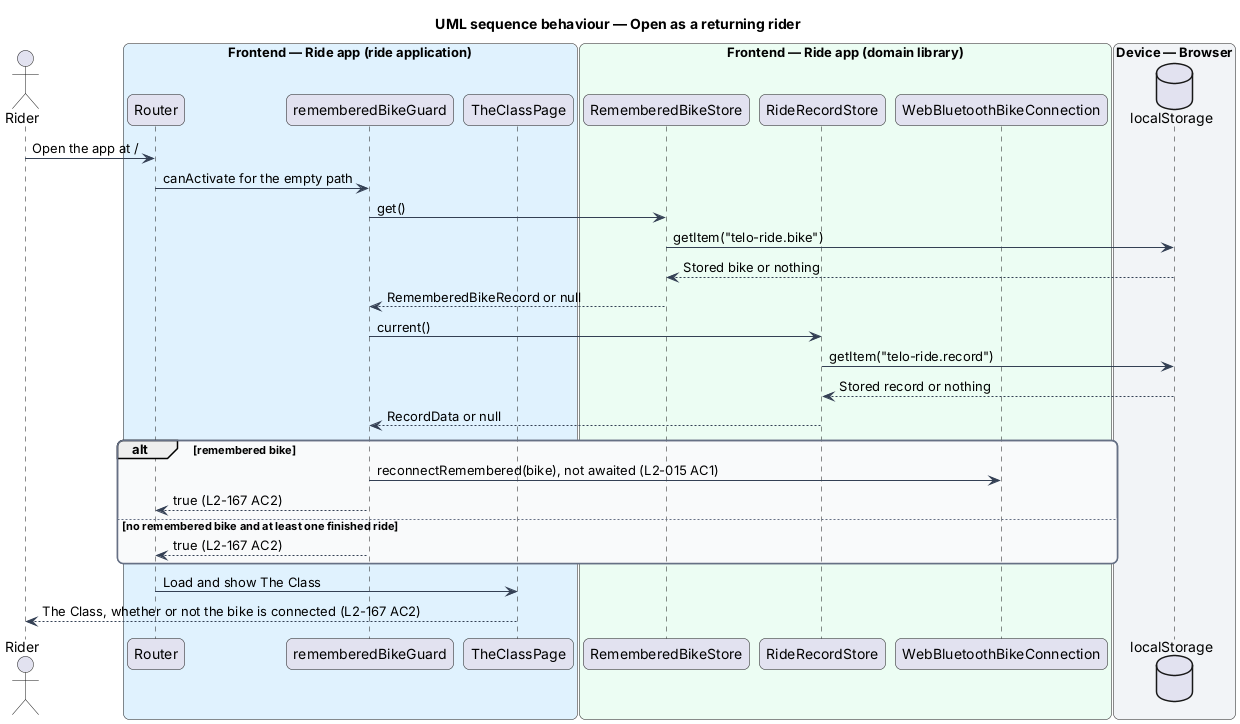
The PlantUML diagram docs/detailed-designs/the-class/open-the-app/diagrams/sequence-open-as-a-returning-rider.png in QuinntyneBrown/ride-one, before a commit.
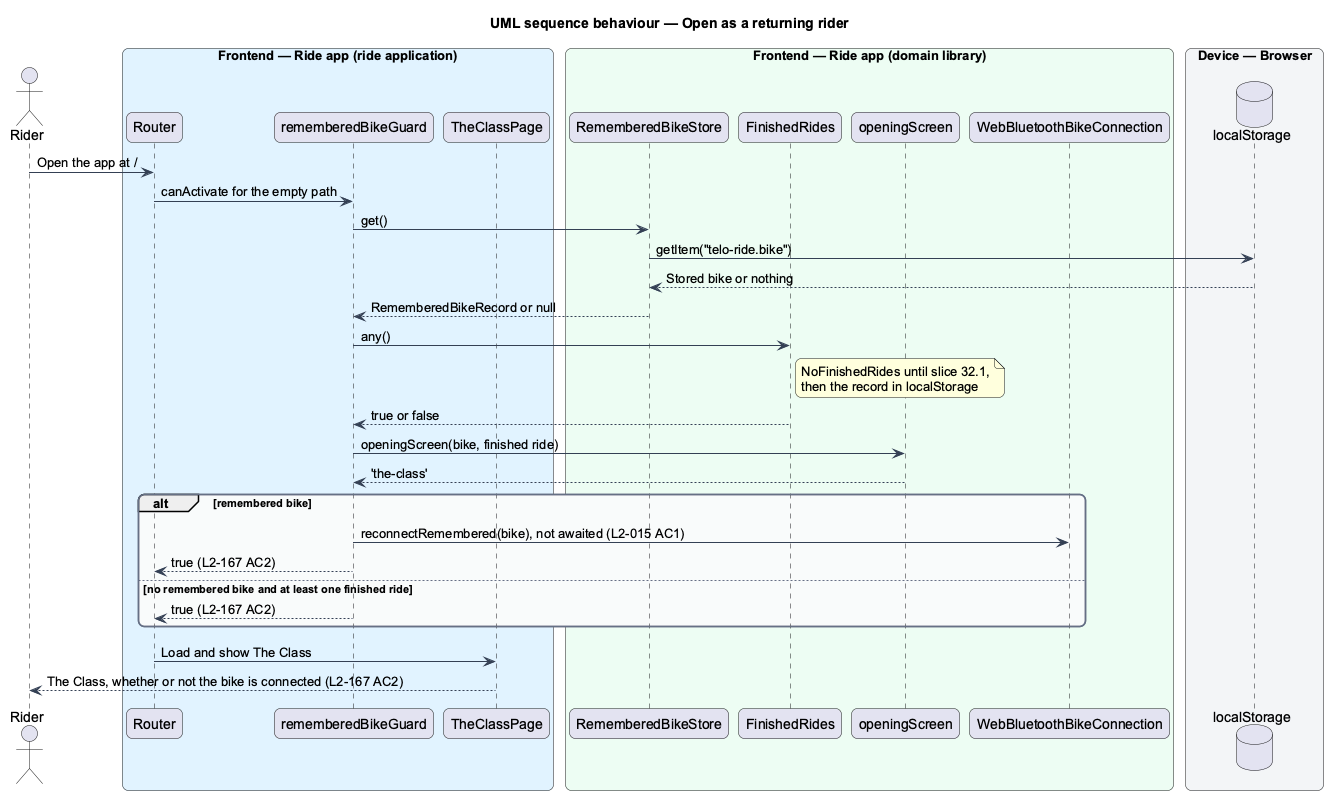
The same diagram one commit later.

The edit, as a diff of the source:
```diff
@@ -22,7 +22,8 @@
 end box
 box "Frontend — Ride app (domain library)" #ECFDF3
   participant "RememberedBikeStore" as bikes
-  participant "RideRecordStore" as record
+  participant "FinishedRides" as record
+  participant "openingScreen" as rule
   participant "WebBluetoothBikeConnection" as connection
 end box
 box "Device — Browser" #F2F4F7
@@ -34,10 +35,11 @@
 bikes -> storage : getItem("telo-ride.bike")
 storage --> bikes : Stored bike or nothing
 bikes --> guard : RememberedBikeRecord or null
-guard -> record : current()
-record -> storage : getItem("telo-ride.record")
-storage --> record : Stored record or nothing
-record --> guard : RecordData or null
+guard -> record : any()
+note right of record : NoFinishedRides until slice 32.1,\nthen the record in localStorage
+record --> guard : true or false
+guard -> rule : openingScreen(bike, finished ride)
+rule --> guard : 'the-class'
 alt remembered bike
   guard -> connection : reconnectRemembered(bike), not awaited (L2-015 AC1)
   guard --> router : true (L2-167 AC2)
```
